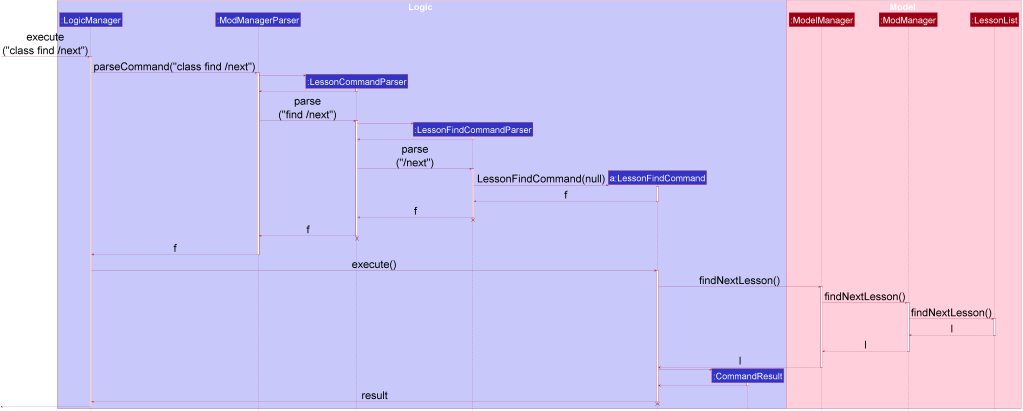
This is docs/images/LessonFindSequenceDiagram.png from zixinn/main, a PlantUML export, as it was before one commit.
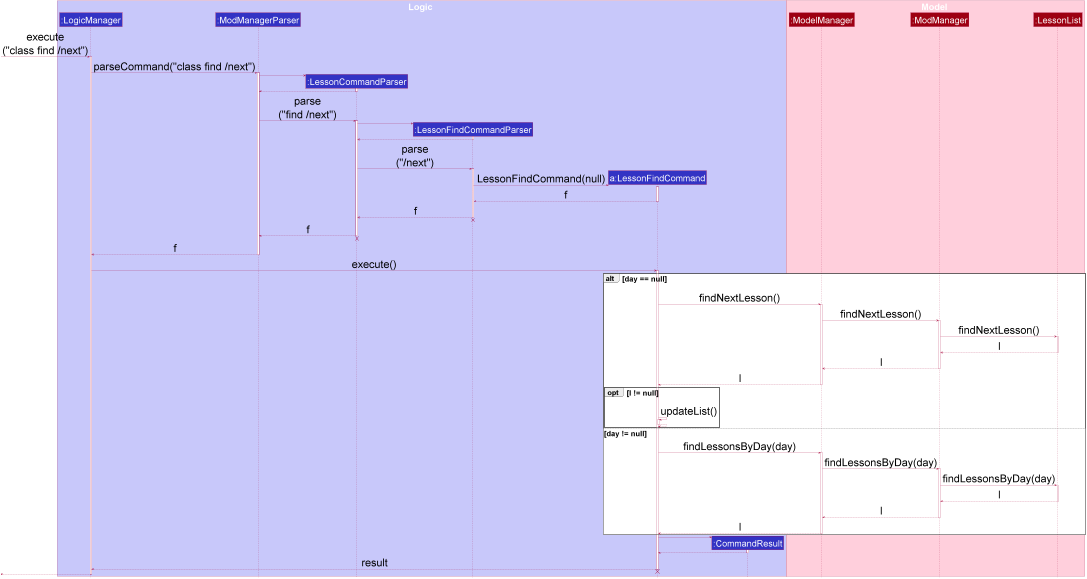
The same diagram one commit later.

The edit, as a diff of the source:
```diff
@@ -52,6 +52,8 @@
 hide members
 hide circle
 skinparam ArrowFontSize 60
+skinparam sequenceGroupFontSize 42
+skinparam sequenceGroupHeaderFontSize 40
 
 box Logic #C8C8FA
 participant ":LogicManager" as LogicManager #3333C4
@@ -117,6 +119,7 @@
 LogicManager -> LessonFindCommand : execute()
 activate LessonFindCommand
 
+alt day == null
 LessonFindCommand -> ModelManager : findNextLesson()
 activate ModelManager
 
@@ -135,6 +138,33 @@
 ModelManager --> LessonFindCommand : l
 deactivate ModelManager
 
+opt l != null
+    LessonFindCommand -> LessonFindCommand : updateList()
+    activate LessonFindCommand
+    LessonFindCommand --> LessonFindCommand
+    deactivate LessonFindCommand
+end
+else day != null
+LessonFindCommand -> ModelManager : findLessonsByDay(day)
+activate ModelManager
+
+ModelManager -> ModManager : findLessonsByDay(day)
+activate ModManager
+
+ModManager -> LessonList : findLessonsByDay(day)
+activate LessonList
+
+LessonList --> ModManager : l
+deactivate LessonList
+
+ModManager --> ModelManager : l
+deactivate ModManager
+
+ModelManager --> LessonFindCommand : l
+deactivate ModelManager
+
+end
+
 create CommandResult
 LessonFindCommand -> CommandResult
 activate CommandResult
```
